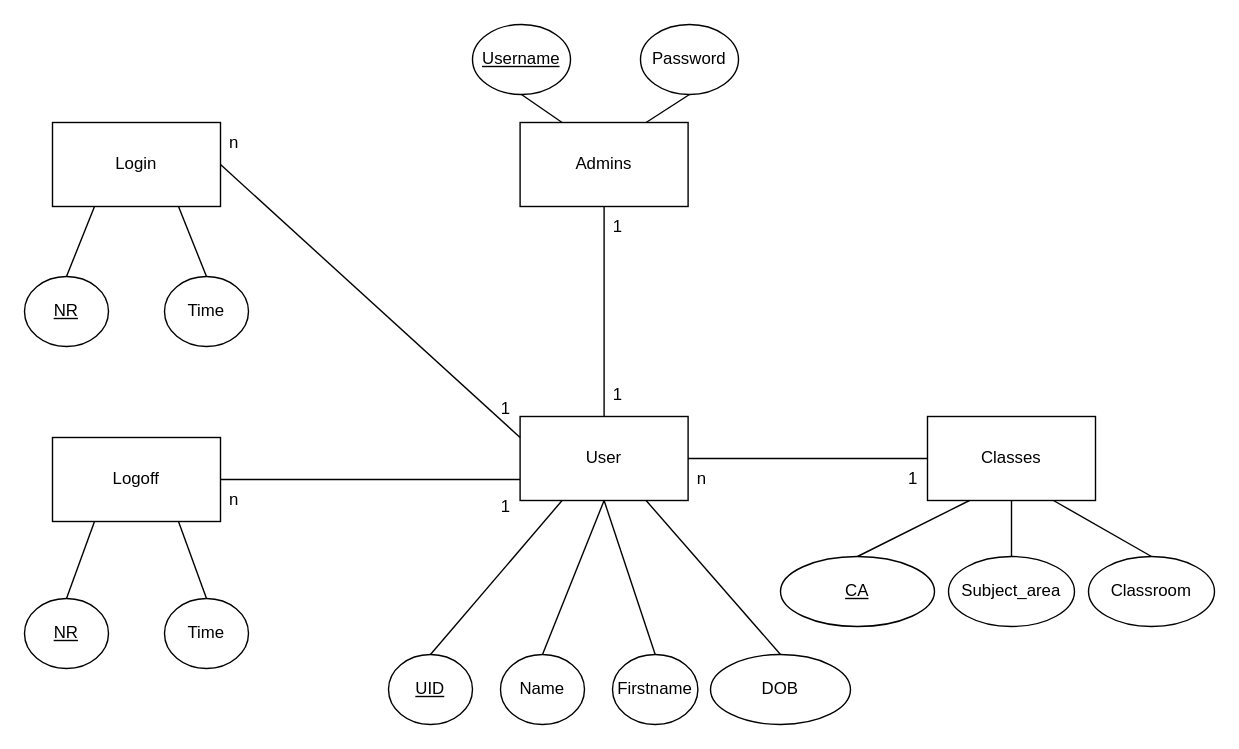
The draw.io diagram Docs/database/ER-Diagramm.png.drawio in Saftladen-GmbH/CN-P108-Zeiterfassung, before the edit. Source tidied: cells renumbered, new cells numbered last; positions are measured from the earlier drawing's top-left corner, leaving out a move shared by most shapes. Both pictures are drawn from the tidied source at 140%, with x=0, y=0 at pixel (24, 24).
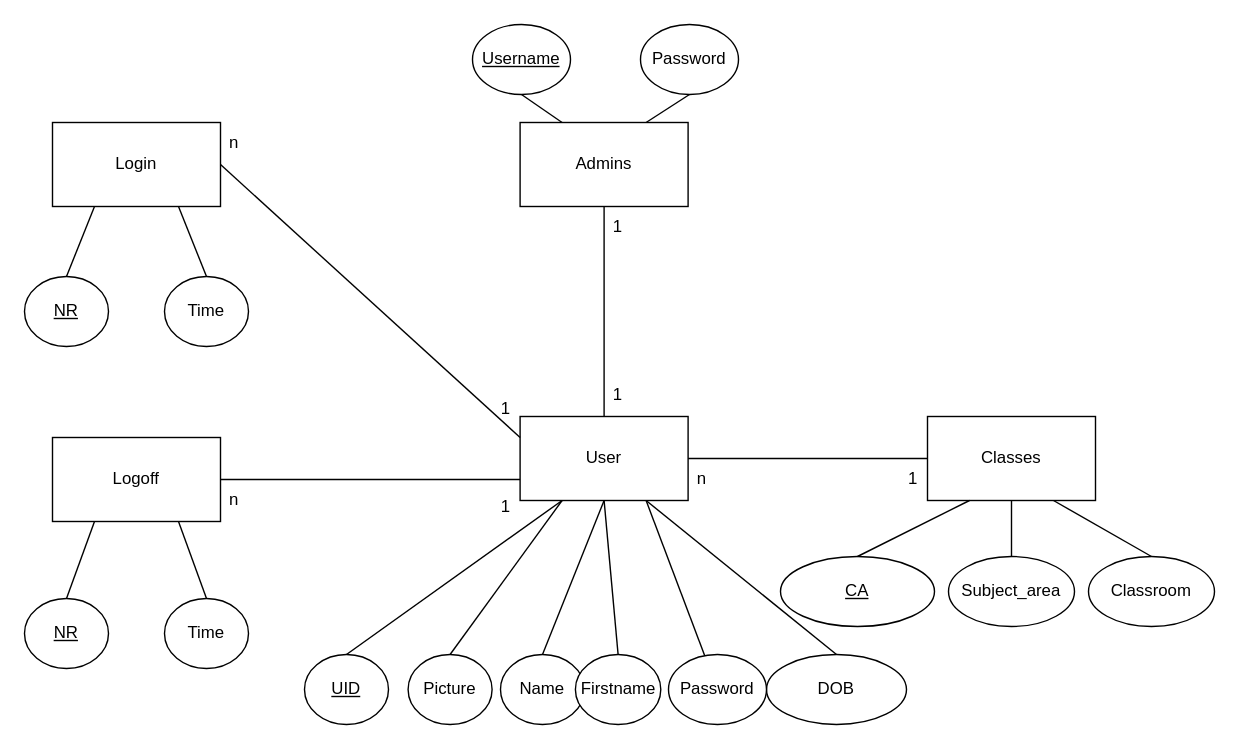
The same page after the edit.

The change refers to these unchanged cells:
```xml
<mxCell id="2" value="User" style="rounded=0;whiteSpace=wrap;html=1;" parent="1" vertex="1">
  <mxGeometry x="354" y="280" width="120" height="60" as="geometry" />
</mxCell>
```

Diff of the diagram source:
```diff
@@
+    <mxCell id="45" style="edgeStyle=none;html=1;exitX=0.25;exitY=1;exitDx=0;exitDy=0;entryX=0.5;entryY=0;entryDx=0;entryDy=0;endArrow=none;endFill=0;" parent="1" edge="1" source="2" target="47">
+      <mxGeometry relative="1" as="geometry" />
+    </mxCell>
+    <mxCell id="46" style="edgeStyle=none;html=1;exitX=0.75;exitY=1;exitDx=0;exitDy=0;endArrow=none;endFill=0;" parent="1" edge="1" source="2" target="48">
+      <mxGeometry relative="1" as="geometry" />
+    </mxCell>
@@
     <mxCell id="29" value="&lt;u&gt;UID&lt;/u&gt;" style="ellipse;whiteSpace=wrap;html=1;" parent="1" vertex="1">
-      <mxGeometry x="260" y="450" width="60" height="50" as="geometry" />
+      <mxGeometry x="200" y="450" width="60" height="50" as="geometry" />
     </mxCell>
@@
     <mxCell id="31" value="Firstname" style="ellipse;whiteSpace=wrap;html=1;" parent="1" vertex="1">
-      <mxGeometry x="420" y="450" width="61" height="50" as="geometry" />
+      <mxGeometry x="393.5" y="450" width="61" height="50" as="geometry" />
     </mxCell>
     <mxCell id="32" value="DOB" style="ellipse;whiteSpace=wrap;html=1;" parent="1" vertex="1">
-      <mxGeometry x="490" y="450" width="100" height="50" as="geometry" />
+      <mxGeometry x="530" y="450" width="100" height="50" as="geometry" />
     </mxCell>
@@
+    <mxCell id="47" value="Picture" style="ellipse;whiteSpace=wrap;html=1;" parent="1" vertex="1">
+      <mxGeometry x="274" y="450" width="60" height="50" as="geometry" />
+    </mxCell>
+    <mxCell id="48" value="Password" style="ellipse;whiteSpace=wrap;html=1;" parent="1" vertex="1">
+      <mxGeometry x="460" y="450" width="70" height="50" as="geometry" />
+    </mxCell>
```
